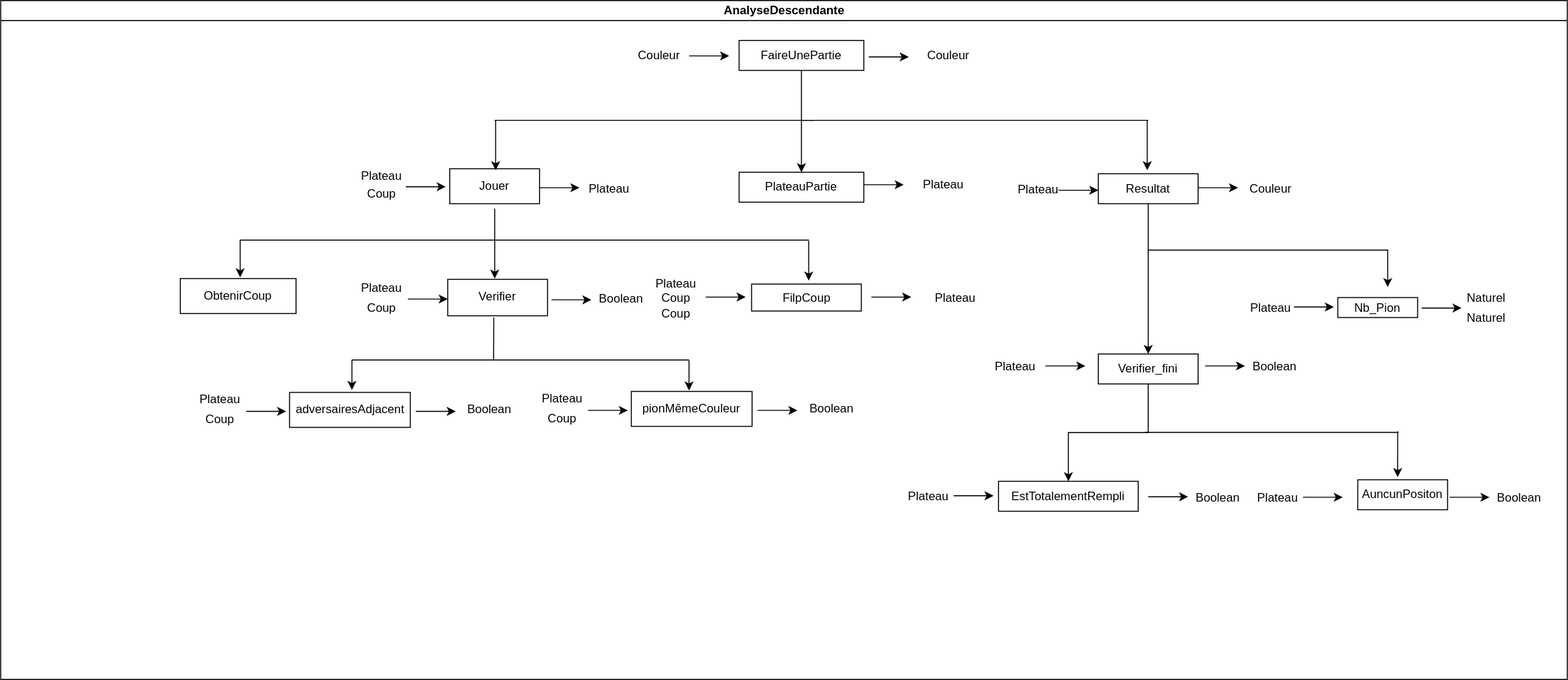
This is rapport/analyse/FaireUnePartie.drawio.svg from Sachawski/othelloiti3, a draw.io export, as it was before one commit. Source tidied: cells renumbered, new cells last; positions are measured from the earlier drawing's top-left corner, leaving out a move shared by most shapes.
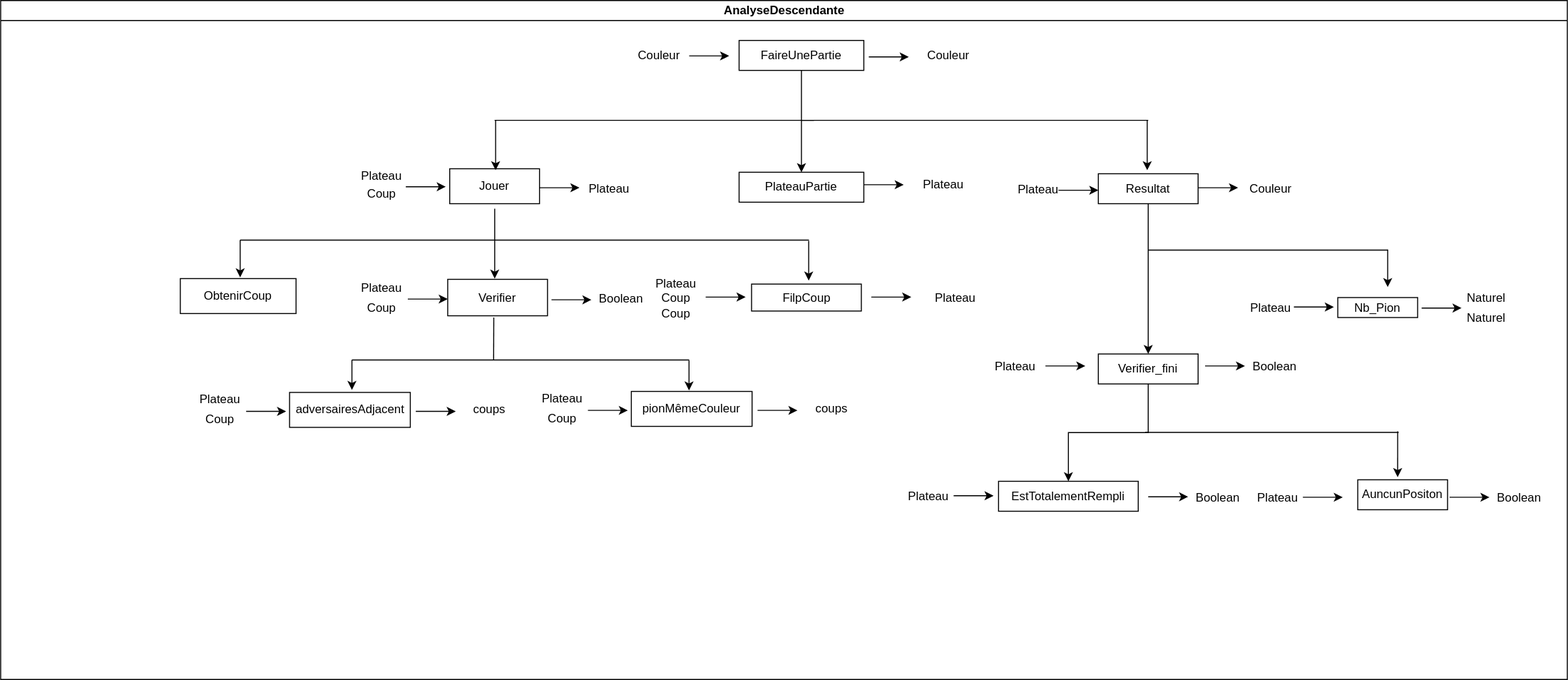
After the change.

The edit, as a diff of the source:
```diff
@@ -253,7 +253,7 @@
     <mxCell id="60" value="Coup" style="text;html=1;strokeColor=none;fillColor=none;align=center;verticalAlign=middle;whiteSpace=wrap;rounded=0;" parent="2" vertex="1">
       <mxGeometry x="190" y="405" width="60" height="30" as="geometry" />
     </mxCell>
-    <mxCell id="61" value="Boolean" style="text;html=1;strokeColor=none;fillColor=none;align=center;verticalAlign=middle;whiteSpace=wrap;rounded=0;" parent="2" vertex="1">
+    <mxCell id="61" value="coups" style="text;html=1;strokeColor=none;fillColor=none;align=center;verticalAlign=middle;whiteSpace=wrap;rounded=0;" parent="2" vertex="1">
       <mxGeometry x="460" y="395" width="60" height="30" as="geometry" />
     </mxCell>
     <mxCell id="62" style="endArrow=classic;html=1;rounded=0;" parent="2" edge="1">
@@ -355,7 +355,7 @@
     <mxCell id="81" value="Coup" style="text;html=1;strokeColor=none;fillColor=none;align=center;verticalAlign=middle;whiteSpace=wrap;rounded=0;" parent="2" vertex="1">
       <mxGeometry x="532.5" y="404" width="60" height="30" as="geometry" />
     </mxCell>
-    <mxCell id="82" value="Boolean" style="text;html=1;strokeColor=none;fillColor=none;align=center;verticalAlign=middle;whiteSpace=wrap;rounded=0;" parent="2" vertex="1">
+    <mxCell id="82" value="coups" style="text;html=1;strokeColor=none;fillColor=none;align=center;verticalAlign=middle;whiteSpace=wrap;rounded=0;" parent="2" vertex="1">
       <mxGeometry x="802.5" y="394" width="60" height="30" as="geometry" />
     </mxCell>
     <mxCell id="83" style="endArrow=classic;html=1;rounded=0;" parent="2" edge="1">
```
